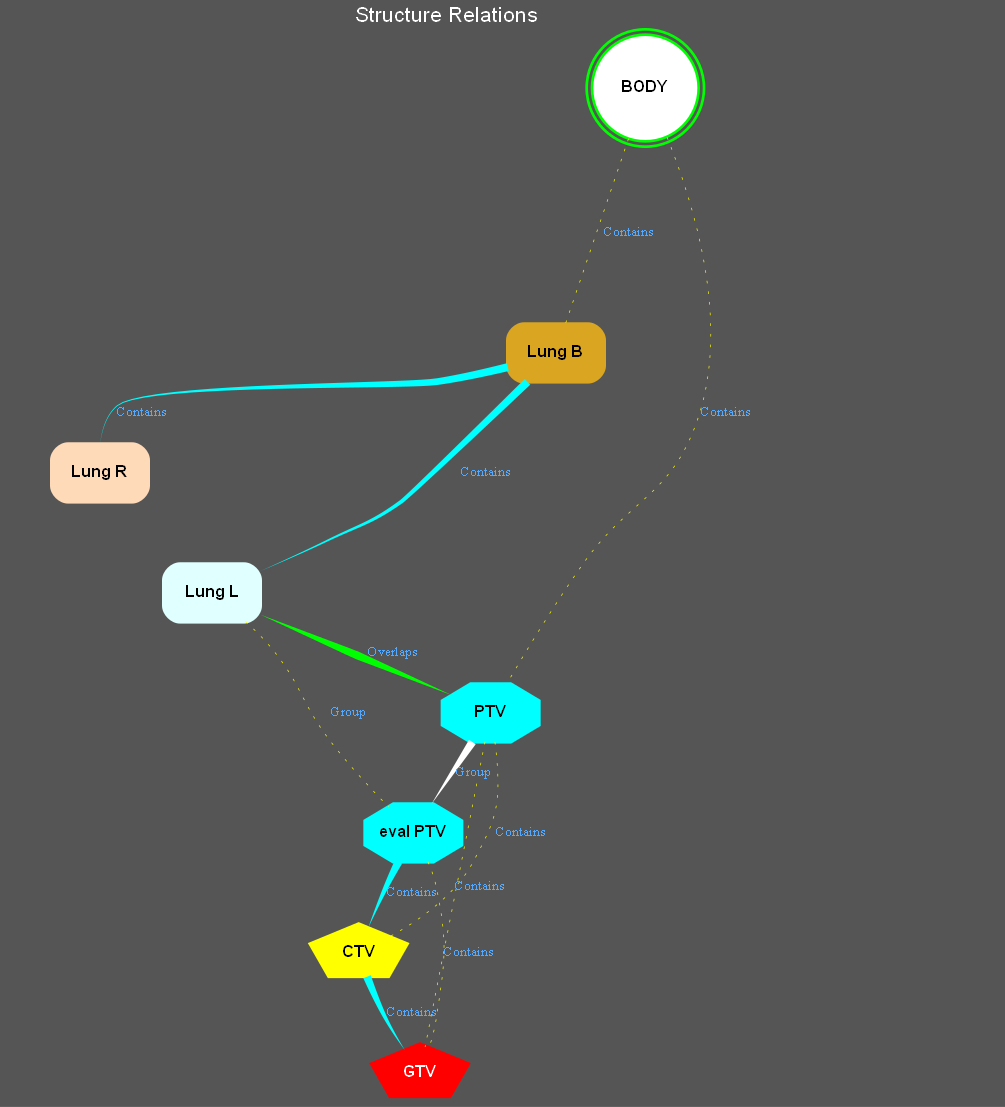
This is test_graph.png from GregSal/StructureRelations, a Graphviz export, as it was before one commit. Its source is kept beside it as test_graph.gv.
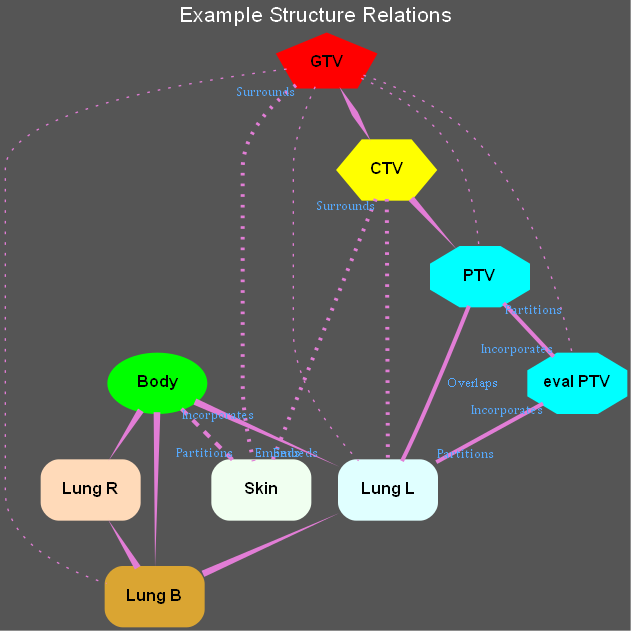
The same diagram one commit later.

Diff of the diagram source:
```diff
@@ -1,3 +1,3 @@
 strict graph "" {
-	graph [bb="0,0,830,826.2",
+	graph [bb="0,0,825,826.2",
 		bgcolor="#555555",
@@ -10,3 +10,3 @@
 		lheight=0.25,
-		lp="415,813.2",
+		lp="412.5,813.2",
 		lwidth=1.92
@@ -35,26 +35,2 @@
 	];
-	subgraph External {
-		graph [cluster=True];
-		1	[color="#00ff00",
-			fillcolor=white,
-			fontcolor="#000000",
-			height=1.1111,
-			label=BODY,
-			penwidth=2,
-			pos="564,760.2",
-			shape=doublecircle,
-			tooltip="ID: BODY
-ROI: 1
-
-DICOM Type EXTERNAL
-Code: BODY
-Label: Body
-Scheme: 99VMS_STRUCTCODE
-Volume: 28951.626 cc
-Length: 33.8 cm
-Range: (\
-\
-10.6cm, -23.2cm)",
-			width=1.1111];
-	}
 	subgraph Organ {
@@ -65,3 +41,3 @@
 			label="Lung L",
-			pos="239,381.5",
+			pos="443,381.5",
 			shape=rectangle,
@@ -82,3 +58,3 @@
 			label="Lung R",
-			pos="155,471.5",
+			pos="498,471.5",
 			shape=rectangle,
@@ -101,3 +77,3 @@
 			label="Lung B",
-			pos="497,561.5",
+			pos="184,561.5",
 			shape=rectangle,
@@ -119,3 +95,3 @@
 			label=Skin,
-			pos="250,651.6",
+			pos="341,651.6",
 			shape=point,
@@ -134,2 +110,26 @@
 	}
+	subgraph External {
+		graph [cluster=True];
+		1	[color="#00ff00",
+			fillcolor=white,
+			fontcolor="#000000",
+			height=1.1111,
+			label=BODY,
+			penwidth=2,
+			pos="583,760.2",
+			shape=doublecircle,
+			tooltip="ID: BODY
+ROI: 1
+
+DICOM Type EXTERNAL
+Code: BODY
+Label: Body
+Scheme: 99VMS_STRUCTCODE
+Volume: 28951.626 cc
+Length: 33.8 cm
+Range: (\
+\
+10.6cm, -23.2cm)",
+			width=1.1111];
+	}
 	subgraph Target {
@@ -140,3 +140,3 @@
 			label=GTV,
-			pos="395,21.5",
+			pos="333,21.5",
 			shape=pentagon,
@@ -158,3 +158,3 @@
 			label=CTV,
-			pos="349,111.5",
+			pos="419,111.5",
 			shape=pentagon,
@@ -176,3 +176,3 @@
 			label=PTV,
-			pos="448,291.5",
+			pos="309,291.5",
 			shape=octagon,
@@ -194,3 +194,3 @@
 			label="eval PTV",
-			pos="390,201.5",
+			pos="322,201.5",
 			shape=octagon,
@@ -209,2 +209,290 @@
 	}
+	26 -- 38	[color=cyan,
+		dir=forward,
+		label=Contains,
+		lp="552.5,201.5",
+		penwidth=6,
+		pos="479.29,368.62 491.58,362.66 503.96,354.07 511,342 568.38,243.57 526.39,185.33 464,90 441.72,55.963 396.58,38.168 365.57,29.569",
+		style=invis,
+		tooltip="        1.5   2.0
+        ANT  SUP
+         | /
+         |/
+1.5 RT--- ---LT 1.5
+        /|
+       / |
+   \
+\
+INF  POST
+  2.0   1.0
+
+Min: 2.1   Max: 0.9"];
+	26 -- 24	[color=cyan,
+		dir=forward,
+		label=Contains,
+		lp="455.5,246.5",
+		penwidth=6,
+		pos="442.56,359.94 441.6,323.54 438.75,245.45 431,180 429.03,163.33 425.59,144.55 422.89,131.04",
+		style=invis,
+		tooltip="        1.5   2.0
+        ANT  SUP
+         | /
+         |/
+1.5 RT--- ---LT 1.5
+        /|
+       / |
+   \
+\
+INF  POST
+  2.0   1.0
+
+Min: 2.1   Max: 0.9"];
+	26 -- 30	[color=green,
+		dir=both,
+		label=Overlaps,
+		lp="385.5,336.5",
+		penwidth=6,
+		pos="406.83,364.36 393.88,358.02 379.43,350.28 367,342 353.12,332.75 338.85,320.62 327.94,310.68",
+		style=tapered,
+		tooltip="Percentage Overlap:	15%"];
+	26 -- 41	[color=yellow,
+		dir=forward,
+		label=Group,
+		lp="410.5,291.5",
+		penwidth=0.5,
+		pos="428.9,359.83 419.79,346.47 407.69,328.71 397,313 375.75,281.75 351.15,245.5 336.09,223.28",
+		style=dotted,
+		tooltip="Percentage Overlap:	15%"];
+	27 -- 26	[label=Disjoint,
+		lp="476,426.5",
+		pos="473.3,449.71 468.03,444.36 462.89,438.32 459,432 453.6,423.23 449.84,412.46 447.32,403.2",
+		style=invis,
+		tooltip="Distance:	 2.60"];
+	27 -- 38	[label=Disjoint,
+		lp="620,246.5",
+		pos="520.71,449.69 526.28,444.16 532.06,438.04 537,432 586.68,371.31 621.83,347.02 607,270 585.28,157.22 556.24,115.25 455,61 426.71,\
+\
+45.842 391.49,35.53 366.17,29.422",
+		style=invis,
+		tooltip="Distance:	 2.60"];
+	27 -- 24	[label=Disjoint,
+		lp="586,291.5",
+		pos="510.59,449.72 539.28,399.45 602.97,268.84 549,180 528.07,145.55 483.22,127.89 452.1,119.42",
+		style=invis,
+		tooltip="Distance:	 2.60"];
+	27 -- 30	[label=Disjoint,
+		lp="381,381.5",
+		pos="461.99,459.5 432.56,448.99 391.47,430.6 364,403 338.45,377.33 322.67,337.4 314.89,313.22",
+		style=invis,
+		tooltip="Distance:	 2.60"];
+	27 -- 41	[label=Disjoint,
+		lp="497,336.5",
+		pos="499.12,449.9 499.67,427.21 498.57,389.97 488,360 472.01,314.66 462.35,303.64 428,270 404.62,247.1 372.24,227.86 349.44,215.86",
+		style=invis,
+		tooltip="Distance:	 2.60"];
+	25 -- 26	[color=cyan,
+		dir=forward,
+		label=Contains,
+		lp="369.5,471.5",
+		penwidth=6,
+		pos="217.74,539.71 238.73,526.61 266.17,509.17 290,493 334.6,462.73 385.06,425.74 415.43,403.16",
+		style=tapered,
+		tooltip="        1.5   2.0
+        ANT  SUP
+         | /
+         |/
+1.5 RT--- ---LT 1.5
+        /|
+       / |
+   \
+\
+INF  POST
+  2.0   1.0
+
+Min: 2.1   Max: 0.9"];
+	25 -- 27	[color=cyan,
+		dir=forward,
+		label=Contains,
+		lp="324.5,516.5",
+		penwidth=6,
+		pos="220.19,543.73 244.13,533.15 276.45,519.87 306,511 359.24,495.02 422.79,483.75 461.77,477.69",
+		style=tapered,
+		tooltip="        1.5   2.0
+        ANT  SUP
+         | /
+         |/
+1.5 RT--- ---LT 1.5
+        /|
+       / |
+   \
+\
+INF  POST
+  2.0   1.0
+
+Min: 2.1   Max: 0.9"];
+	25 -- 38	[color=cyan,
+		dir=forward,
+		label=Contains,
+		lp="64.5,291.5",
+		penwidth=6,
+		pos="147.74,553.73 106.86,543.76 46,520.81 46,472.5 46,472.5 46,472.5 46,110.5 46,58.319 221.61,33.927 298.1,25.778",
+		style=invis,
+		tooltip="        1.5   2.0
+        ANT  SUP
+         | /
+         |/
+1.5 RT--- ---LT 1.5
+        /|
+       / |
+   \
+\
+INF  POST
+  2.0   1.0
+
+Min: 2.1   Max: 0.9"];
+	25 -- 24	[color=cyan,
+		dir=forward,
+		label=Contains,
+		lp="113.5,336.5",
+		penwidth=6,
+		pos="166.03,539.95 133.53,500.21 70.509,409.76 95,331 134.28,204.7 212.95,208.64 332,151 352.66,140.99 376.54,130.5 394.04,123",
+		style=invis,
+		tooltip="        1.5   2.0
+        ANT  SUP
+         | /
+         |/
+1.5 RT--- ---LT 1.5
+        /|
+       / |
+   \
+\
+INF  POST
+  2.0   1.0
+
+Min: 2.1   Max: 0.9"];
+	25 -- 30	[color=green,
+		dir=both,
+		label=Overlaps,
+		lp="231.5,426.5",
+		penwidth=6,
+		pos="186.18,539.85 191.56,497.13 208.76,397.5 257,331 263.99,321.36 274.11,313.11 283.56,306.74",
+		style=invis,
+		tooltip="Percentage Overlap:	15%"];
+	25 -- 41	[color=cyan,
+		dir=forward,
+		label=Contains,
+		lp="156.5,381.5",
+		penwidth=6,
+		pos="175.02,539.98 151.34,482.41 94.788,318.51 181,241 211.66,213.44 232.52,234.88 272,223 279.19,220.84 286.77,218.03 293.79,215.18",
+		style=invis,
+		tooltip="        1.5   2.0
+        ANT  SUP
+         | /
+         |/
+1.5 RT--- ---LT 1.5
+        /|
+       / |
+   \
+\
+INF  POST
+  2.0   1.0
+
+Min: 2.1   Max: 0.9"];
+	2 -- 26	[label=Disjoint,
+		lp="423,516.5",
+		pos="351.05,632.3 364.25,607.74 387.55,562.53 403,522 418.71,480.8 431.63,430.74 438.24,403.19",
+		style=invis,
+		tooltip="Distance:	 2.60"];
+	2 -- 27	[label=Disjoint,
+		lp="473,561.5",
+		pos="359,638.72 369.74,631.39 383.49,621.59 395,612 409.25,600.13 413.15,597.27 425,583 449.24,553.82 472.56,516.35 486.07,493.4",
+		style=invis,
+		tooltip="Distance:	 2.60"];
+	2 -- 25	[label=Disjoint,
+		lp="256,606.5",
+		pos="320.04,645.15 298.66,639.04 265.03,627.86 239,612 225.95,604.04 213.14,592.79 203.18,583.02",
+		style=invis,
+		tooltip="Distance:	 2.60"];
+	2 -- 38	[color=blue,
+		dir=forward,
+		label=Island,
+		lp="12.5,336.5",
+		pos="325.21,636.66 321.7,634.13 317.87,631.74 314,630 275.58,612.78 262.21,620.6 221,612 122.47,591.43 0,663.16 0,562.5 0,562.5 0,562.5 \
+\
+0,110.5 0,49.133 214.06,29.601 298.93,24.269",
+		style=invis,
+		tooltip="        1.5   2.0
+        ANT  SUP
+         | /
+         |/
+1.5 RT--- ---LT 1.5
+        /|
+       / |
+   \
+\
+INF  POST
+  2.0   1.0
+
+Min: 2.1   Max: 0.9"];
+	2 -- 24	[color=blue,
+		dir=forward,
+		label=Island,
+		lp="637.5,381.5",
+		pos="361.95,645.96 393.86,637.97 455.01,618.9 494,583 612.42,473.97 621.75,411.81 641,252 648.52,189.59 596.53,182.26 542,151 526.18,\
+\
+141.93 480.64,128.8 449.64,120.46",
+		style=invis,
+		tooltip="        1.5   2.0
+        ANT  SUP
+         | /
+         |/
+1.5 RT--- ---LT 1.5
+        /|
+       / |
+   \
+\
+INF  POST
+  2.0   1.0
+
+Min: 2.1   Max: 0.9"];
+	2 -- 30	[color=blue,
+		dir=forward,
+		label=Island,
+		lp="273.5,471.5",
+		pos="340.35,629.82 338.37,600.08 330.62,545.22 301,511 288.24,496.26 271.59,509.37 261,493 241.61,463.02 281.59,358 300.18,313.11",
+		style=invis,
+		tooltip="        1.5   2.0
+        ANT  SUP
+         | /
+         |/
+1.5 RT--- ---LT 1.5
+        /|
+       / |
+   \
+\
+INF  POST
+  2.0   1.0
+
+Min: 2.1   Max: 0.9"];
+	2 -- 41	[color=blue,
+		dir=forward,
+		label=Island,
+		lp="193.5,426.5",
+		pos="334.25,630.67 323.99,602.22 302.5,549.19 273,511 265.49,501.27 261.33,501.01 252,493 220.43,465.91 198.36,469.81 181,432 161.09,\
+\
+388.65 262.45,268.66 304.45,221.7",
+		style=invis,
+		tooltip="        1.5   2.0
+        ANT  SUP
+         | /
+         |/
+1.5 RT--- ---LT 1.5
+        /|
+       / |
+   \
+\
+INF  POST
+  2.0   1.0
+
+Min: 2.1   Max: 0.9"];
 	1 -- 26	[color=cyan,
@@ -212,7 +500,5 @@
 		label=Contains,
-		lp="385.5,561.5",
+		lp="606.5,561.5",
 		penwidth=6,
-		pos="524.13,755.37 466.57,747.4 367,723.38 367,652.6 367,652.6 367,652.6 367,515.5 367,485.73 370.38,474.17 353,450 347.76,442.72 306.58,\
-\
-419.24 275.2,402.02",
+		pos="588.57,720.55 595.48,657.82 600.15,532.55 543,450 527.14,427.1 500.77,409.77 479.09,398.41",
 		style=invis,
@@ -234,5 +520,5 @@
 		label=Contains,
-		lp="171.5,606.5",
+		lp="556.5,606.5",
 		penwidth=6,
-		pos="524.07,756.95 456.58,751.54 317.68,733.39 219,673.2 184.85,652.37 169.41,648.48 153,612 135.51,573.12 143.02,521.77 149.41,493.46",
+		pos="571.89,721.72 553.75,660.55 518.39,541.27 504.15,493.26",
 		style=invis,
@@ -254,5 +540,5 @@
 		label=Contains,
-		lp="551.5,651.6",
+		lp="291.5,651.6",
 		penwidth=0.5,
-		pos="551.4,722.2 537.37,681.03 515.21,615.96 504,583.04",
+		pos="543.08,756.79 480.19,751.22 356.64,732.91 273,673.2 238.88,648.84 210.83,608.02 195.83,583.34",
 		style=dotted,
@@ -274,4 +560,4 @@
 		label="Cut-out",
-		lp="337,696.7",
-		pos="524.23,754.58 474.85,747.79 388.85,732.51 321,702.2 300.41,693 279.57,677.55 265.85,666.34",
+		lp="376,696.7",
+		pos="542.88,759.57 493.87,757.87 411.18,747.78 360,702.2 351.6,694.72 346.89,683.1 344.26,672.99",
 		style=invis,
@@ -281,5 +567,5 @@
 		label=Contains,
-		lp="811.5,381.5",
+		lp="806.5,381.5",
 		penwidth=6,
-		pos="604.15,758.07 669.83,753.84 793,734.93 793,652.6 793,652.6 793,652.6 793,110.5 793,36.019 523.9,24.526 428.25,22.793",
+		pos="623.01,756.1 682.67,749.06 788,726.21 788,652.6 788,652.6 788,652.6 788,110.5 788,24.411 470.05,20.758 365.72,21.877",
 		style=invis,
@@ -301,7 +587,5 @@
 		label=Contains,
-		lp="759.5,426.5",
+		lp="754.5,426.5",
 		penwidth=6,
-		pos="603.72,753.24 655.91,742.9 741,716.27 741,652.6 741,652.6 741,652.6 741,335.5 741,189.42 605.41,203.25 469,151 442.2,140.74 434.32,\
-\
-141.78 407,133 396.63,129.66 385.32,125.73 375.46,122.21",
+		pos="622,750.17 667.33,737.09 736,708.12 736,652.6 736,652.6 736,652.6 736,245.5 736,123 532.23,111.44 451.43,111.67",
 		style=invis,
@@ -323,5 +607,7 @@
 		label=Contains,
-		lp="624.5,516.5",
+		lp="380.5,516.5",
 		penwidth=0.5,
-		pos="580.3,723.28 600.24,674.12 628.4,583.68 603,511 582.76,453.08 552.42,453.1 517,403 495.59,372.71 473.29,335.88 460.03,313.32",
+		pos="550.23,736.94 498.57,699.62 400.14,618.89 362,522 360.21,517.45 360.68,515.71 362,511 364.54,501.97 370.46,502.03 373,493 378.18,\
+\
+474.6 379.82,467.85 373,450 363.01,423.83 343.51,428.07 331,403 316.5,373.95 311.55,336.11 309.87,313.1",
 		style=dotted,
@@ -343,301 +629,7 @@
 		label=Contains,
-		lp="676.5,471.5",
+		lp="691.5,471.5",
 		penwidth=6,
-		pos="588.39,727.96 599.16,712.39 610.77,692.75 617,673.2 663.25,528.14 685.8,457.45 601,331 563.67,275.34 538.95,272.88 480,241 459.59,\
+		pos="616.27,737.64 641.19,718.6 671,688.36 671,652.6 671,652.6 671,652.6 671,515.5 671,402.74 700.1,333.61 607,270 576.73,249.32 478.69,\
 \
-229.96 452.3,232.2 431,223 426.32,220.98 421.42,218.69 416.7,216.39",
-		style=invis,
-		tooltip="        1.5   2.0
-        ANT  SUP
-         | /
-         |/
-1.5 RT--- ---LT 1.5
-        /|
-       / |
-   \
-\
-INF  POST
-  2.0   1.0
-
-Min: 2.1   Max: 0.9"];
-	26 -- 38	[color=cyan,
-		dir=forward,
-		label=Contains,
-		lp="277.5,201.5",
-		penwidth=6,
-		pos="237.81,359.97 235.94,308.56 237.92,172.48 304,90 323.31,65.898 353.16,45.971 373.36,34.163",
-		style=invis,
-		tooltip="        1.5   2.0
-        ANT  SUP
-         | /
-         |/
-1.5 RT--- ---LT 1.5
-        /|
-       / |
-   \
-\
-INF  POST
-  2.0   1.0
-
-Min: 2.1   Max: 0.9"];
-	26 -- 24	[color=cyan,
-		dir=forward,
-		label=Contains,
-		lp="314.5,246.5",
-		penwidth=6,
-		pos="247.45,359.92 268.33,309.05 322.08,178.09 341.69,130.3",
-		style=invis,
-		tooltip="        1.5   2.0
-        ANT  SUP
-         | /
-         |/
-1.5 RT--- ---LT 1.5
-        /|
-       / |
-   \
-\
-INF  POST
-  2.0   1.0
-
-Min: 2.1   Max: 0.9"];
-	26 -- 30	[color=green,
-		dir=both,
-		label=Overlaps,
-		lp="374.5,336.5",
-		penwidth=6,
-		pos="275.41,365.17 316.22,347.99 381.59,320.46 419.07,304.68",
-		style=tapered,
-		tooltip="Percentage Overlap:	15%"];
-	26 -- 41	[color=yellow,
-		dir=forward,
-		label=Group,
-		lp="341.5,291.5",
-		penwidth=0.5,
-		pos="264.22,360 270.35,354.46 276.68,348.26 282,342 306.59,313.07 304.85,300.1 328,270 341.49,252.47 358.61,234.08 371.44,220.93",
-		style=dotted,
-		tooltip="Percentage Overlap:	15%"];
-	27 -- 26	[label=Disjoint,
-		lp="213,426.5",
-		pos="171.1,449.68 178.4,440.61 187.33,430.01 196,421 201.84,414.93 208.47,408.7 214.75,403.07",
-		style=invis,
-		tooltip="Distance:	 2.60"];
-	27 -- 38	[label=Disjoint,
-		lp="57,246.5",
-		pos="118.83,452.88 99.025,441.38 75.775,424.5 62,403 34.989,360.83 40,342.58 40,292.5 40,292.5 40,292.5 40,110.5 40,44.701 272.67,27.764 \
-\
-361.28,23.7",
-		style=invis,
-		tooltip="Distance:	 2.60"];
-	27 -- 24	[label=Disjoint,
-		lp="214,291.5",
-		pos="155.05,449.89 156.01,411.72 162.3,328.6 197,270 233.79,207.87 299.7,151.21 331.24,126.12",
-		style=invis,
-		tooltip="Distance:	 2.60"];
-	27 -- 30	[label=Disjoint,
-		lp="380,381.5",
-		pos="191.01,453.5 204.58,446.96 220.08,439.3 234,432 252.06,422.53 377.48,353.97 394,342 406.56,332.89 419.42,321.23 429.43,311.5",
-		style=invis,
-		tooltip="Distance:	 2.60"];
-	27 -- 41	[label=Disjoint,
-		lp="234,336.5",
-		pos="158.9,449.88 164.05,426.51 174.8,388.03 194,360 239.77,293.2 322.12,240.51 364.01,216.56",
-		style=invis,
-		tooltip="Distance:	 2.60"];
-	25 -- 26	[color=cyan,
-		dir=forward,
-		label=Contains,
-		lp="444.5,471.5",
-		penwidth=6,
-		pos="475.61,539.83 443.53,508.88 386.18,453.72 381,450 358.56,433.87 350.87,433.04 326,421 309.5,413.01 290.95,404.71 275.23,397.87",
-		style=tapered,
-		tooltip="        1.5   2.0
-        ANT  SUP
-         | /
-         |/
-1.5 RT--- ---LT 1.5
-        /|
-       / |
-   \
-\
-INF  POST
-  2.0   1.0
-
-Min: 2.1   Max: 0.9"];
-	25 -- 27	[color=cyan,
-		dir=forward,
-		label=Contains,
-		lp="186.5,516.5",
-		penwidth=6,
-		pos="460.87,550.87 444.79,546.92 425.56,542.66 408,540 381.56,535.99 188.55,539.11 168,522 159.6,515.01 156.27,503.31 155.08,493.04",
-		style=tapered,
-		tooltip="        1.5   2.0
-        ANT  SUP
-         | /
-         |/
-1.5 RT--- ---LT 1.5
-        /|
-       / |
-   \
-\
-INF  POST
-  2.0   1.0
-
-Min: 2.1   Max: 0.9"];
-	25 -- 38	[color=cyan,
-		dir=forward,
-		label=Contains,
-		lp="693.5,291.5",
-		penwidth=6,
-		pos="521.62,539.75 535.07,527.34 551.15,510.59 562,493 625.15,390.61 676,367.8 676,247.5 676,247.5 676,247.5 676,110.5 676,59.507 505.35,\
-\
-34.549 430.02,26.016",
-		style=invis,
-		tooltip="        1.5   2.0
-        ANT  SUP
-         | /
-         |/
-1.5 RT--- ---LT 1.5
-        /|
-       / |
-   \
-\
-INF  POST
-  2.0   1.0
-
-Min: 2.1   Max: 0.9"];
-	25 -- 24	[color=cyan,
-		dir=forward,
-		label=Contains,
-		lp="578.5,336.5",
-		penwidth=6,
-		pos="512.34,539.92 516.14,534.29 519.97,528.06 523,522 556.16,455.55 577.87,432.96 564,360 547.94,275.51 551.88,242.68 493,180 476.03,\
-\
-161.94 412.06,136.02 375.35,122.14",
-		style=invis,
-		tooltip="        1.5   2.0
-        ANT  SUP
-         | /
-         |/
-1.5 RT--- ---LT 1.5
-        /|
-       / |
-   \
-\
-INF  POST
-  2.0   1.0
-
-Min: 2.1   Max: 0.9"];
-	25 -- 30	[color=green,
-		dir=both,
-		label=Overlaps,
-		lp="491.5,426.5",
-		penwidth=6,
-		pos="493.24,539.92 484.12,490.03 460.91,363.11 451.78,313.15",
-		style=invis,
-		tooltip="Percentage Overlap:	15%"];
-	25 -- 41	[color=cyan,
-		dir=forward,
-		label=Contains,
-		lp="541.5,381.5",
-		penwidth=6,
-		pos="503.31,539.91 517.46,489.5 546.48,357.61 493,270 483.81,254.94 443.68,231.26 416.31,216.32",
-		style=invis,
-		tooltip="        1.5   2.0
-        ANT  SUP
-         | /
-         |/
-1.5 RT--- ---LT 1.5
-        /|
-       / |
-   \
-\
-INF  POST
-  2.0   1.0
-
-Min: 2.1   Max: 0.9"];
-	2 -- 26	[label=Disjoint,
-		lp="245,516.5",
-		pos="245.42,630.25 239.99,605.01 231.28,560.59 228,522 224.42,479.88 230.79,430.57 235.24,403.3",
-		style=invis,
-		tooltip="Distance:	 2.60"];
-	2 -- 27	[label=Disjoint,
-		lp="196,561.5",
-		pos="232.98,638.08 217.12,625.65 193.76,605.27 179,583 162.99,558.85 161.48,550.45 156,522 154.21,512.72 153.77,502.27 153.86,493.38",
-		style=invis,
-		tooltip="Distance:	 2.60"];
-	2 -- 25	[label=Disjoint,
-		lp="405,606.5",
-		pos="270.21,643.39 311.92,628.51 408.02,594.24 460.75,575.43",
-		style=invis,
-		tooltip="Distance:	 2.60"];
-	2 -- 38	[color=blue,
-		dir=forward,
-		label=Island,
-		lp="13.5,336.5",
-		pos="230.94,641.27 223.01,637.55 213.65,633.36 205,630 149.67,608.53 120.19,626.67 80,583 2.2843,498.56 0,452.26 0,337.5 0,337.5 0,337.5 \
-\
-0,110.5 0,36.554 267.07,24.716 362,22.844",
-		style=invis,
-		tooltip="        1.5   2.0
-        ANT  SUP
-         | /
-         |/
-1.5 RT--- ---LT 1.5
-        /|
-       / |
-   \
-\
-INF  POST
-  2.0   1.0
-
-Min: 2.1   Max: 0.9"];
-	2 -- 24	[color=blue,
-		dir=forward,
-		label=Island,
-		lp="96.5,381.5",
-		pos="230.63,641.44 186.84,620.58 84,570.72 84,562.5 84,562.5 84,562.5 84,335.5 84,212.99 251.87,144.23 320.39,121.27",
-		style=invis,
-		tooltip="        1.5   2.0
-        ANT  SUP
-         | /
-         |/
-1.5 RT--- ---LT 1.5
-        /|
-       / |
-   \
-\
-INF  POST
-  2.0   1.0
-
-Min: 2.1   Max: 0.9"];
-	2 -- 30	[color=blue,
-		dir=forward,
-		label=Island,
-		lp="364.5,471.5",
-		pos="266.86,637.32 274.73,630.44 283.72,621.5 290,612 332.53,547.7 297.49,504.52 352,450 367.82,434.18 383.41,448.04 399,432 431.21,398.87 \
-\
-442.35,343.37 446.13,313.33",
-		style=invis,
-		tooltip="        1.5   2.0
-        ANT  SUP
-         | /
-         |/
-1.5 RT--- ---LT 1.5
-        /|
-       / |
-   \
-\
-INF  POST
-  2.0   1.0
-
-Min: 2.1   Max: 0.9"];
-	2 -- 41	[color=blue,
-		dir=forward,
-		label=Island,
-		lp="359.5,426.5",
-		pos="254.55,630.23 263.44,592.82 285.35,511.34 320,450 333.35,426.37 349.79,428.53 359,403 365.49,385.02 367.18,377.27 359,360 353.59,\
-\
-348.58 342.41,353.42 337,342 334.91,337.58 335.13,335.52 337,331 341.33,320.55 349.12,322.67 355,313 372.35,284.45 381.91,246.47 \
-\
-386.5,223.28",
+260.37 443,252 429.17,248.76 426.35,245.85 413,241 390.8,232.93 384.71,232.3 363,223 358.32,221 353.41,218.71 348.69,216.41",
 		style=invis,
@@ -659,5 +651,5 @@
 		label=Contains,
-		lp="388.5,66.5",
+		lp="399.5,66.5",
 		penwidth=6,
-		pos="355.29,93.663 359.14,83.926 364.39,71.551 370,61 374.04,53.4 379.12,45.36 383.64,38.604",
+		pos="402.82,93.948 386.86,77.617 362.7,52.888 347.39,37.223",
 		style=tapered,
@@ -679,7 +671,5 @@
 		label=Contains,
-		lp="506.5,156.5",
+		lp="300.5,156.5",
 		penwidth=0.5,
-		pos="465.42,271.14 475.64,258.45 487.57,240.93 493,223 498.54,204.71 496.88,198.71 493,180 484.15,137.31 477.29,126.85 454,90 441.36,\
-\
-70.001 422.93,49.955 410.04,36.967",
+		pos="296.23,269.79 289.02,256.86 280.73,239.57 277,223 272.8,204.36 274.74,198.98 277,180 283.38,126.4 310.05,67.544 324.16,39.365",
 		style=dotted,
@@ -701,5 +691,5 @@
 		label=Contains,
-		lp="470.5,201.5",
+		lp="408.5,201.5",
 		penwidth=0.5,
-		pos="451.19,269.77 451.94,264.03 452.63,257.78 453,252 455.13,219.08 450.5,209.12 435,180 421.18,154.03 392.57,134.76 372.14,123.6",
+		pos="327.49,271.82 339.69,258.85 355.49,240.77 367,223 386.83,192.39 403.49,153.03 412.28,130.5",
 		style=dotted,
@@ -721,5 +711,5 @@
 		label=Group,
-		lp="435.5,246.5",
+		lp="326.5,246.5",
 		penwidth=6,
-		pos="434.25,269.65 425.01,255.62 412.87,237.2 403.65,223.21",
+		pos="309.99,269.71 310.59,260.83 311.53,250.37 313,241 313.91,235.17 315.23,228.91 316.57,223.17",
 		style=tapered,
@@ -729,5 +719,5 @@
 		label=Contains,
-		lp="431.5,111.5",
+		lp="347.5,111.5",
 		penwidth=0.5,
-		pos="400.99,179.85 403.47,174.21 405.73,168.01 407,162 416.27,118.08 413.76,105.38 407,61 405.95,54.079 403.88,46.69 401.76,40.255",
+		pos="323.28,179.73 325.45,144.7 329.79,74.418 331.86,40.987",
 		style=dotted,
@@ -749,5 +739,5 @@
 		label=Contains,
-		lp="388.5,156.5",
+		lp="361.5,156.5",
 		penwidth=6,
-		pos="378.91,179.87 375.92,174.13 372.76,167.86 370,162 365.15,151.7 360.15,139.97 356.25,130.52",
+		pos="327.17,179.87 330.43,170.19 335.48,159.05 343,151 355.93,137.17 374.93,127.54 390.69,121.38",
 		style=tapered,
```
